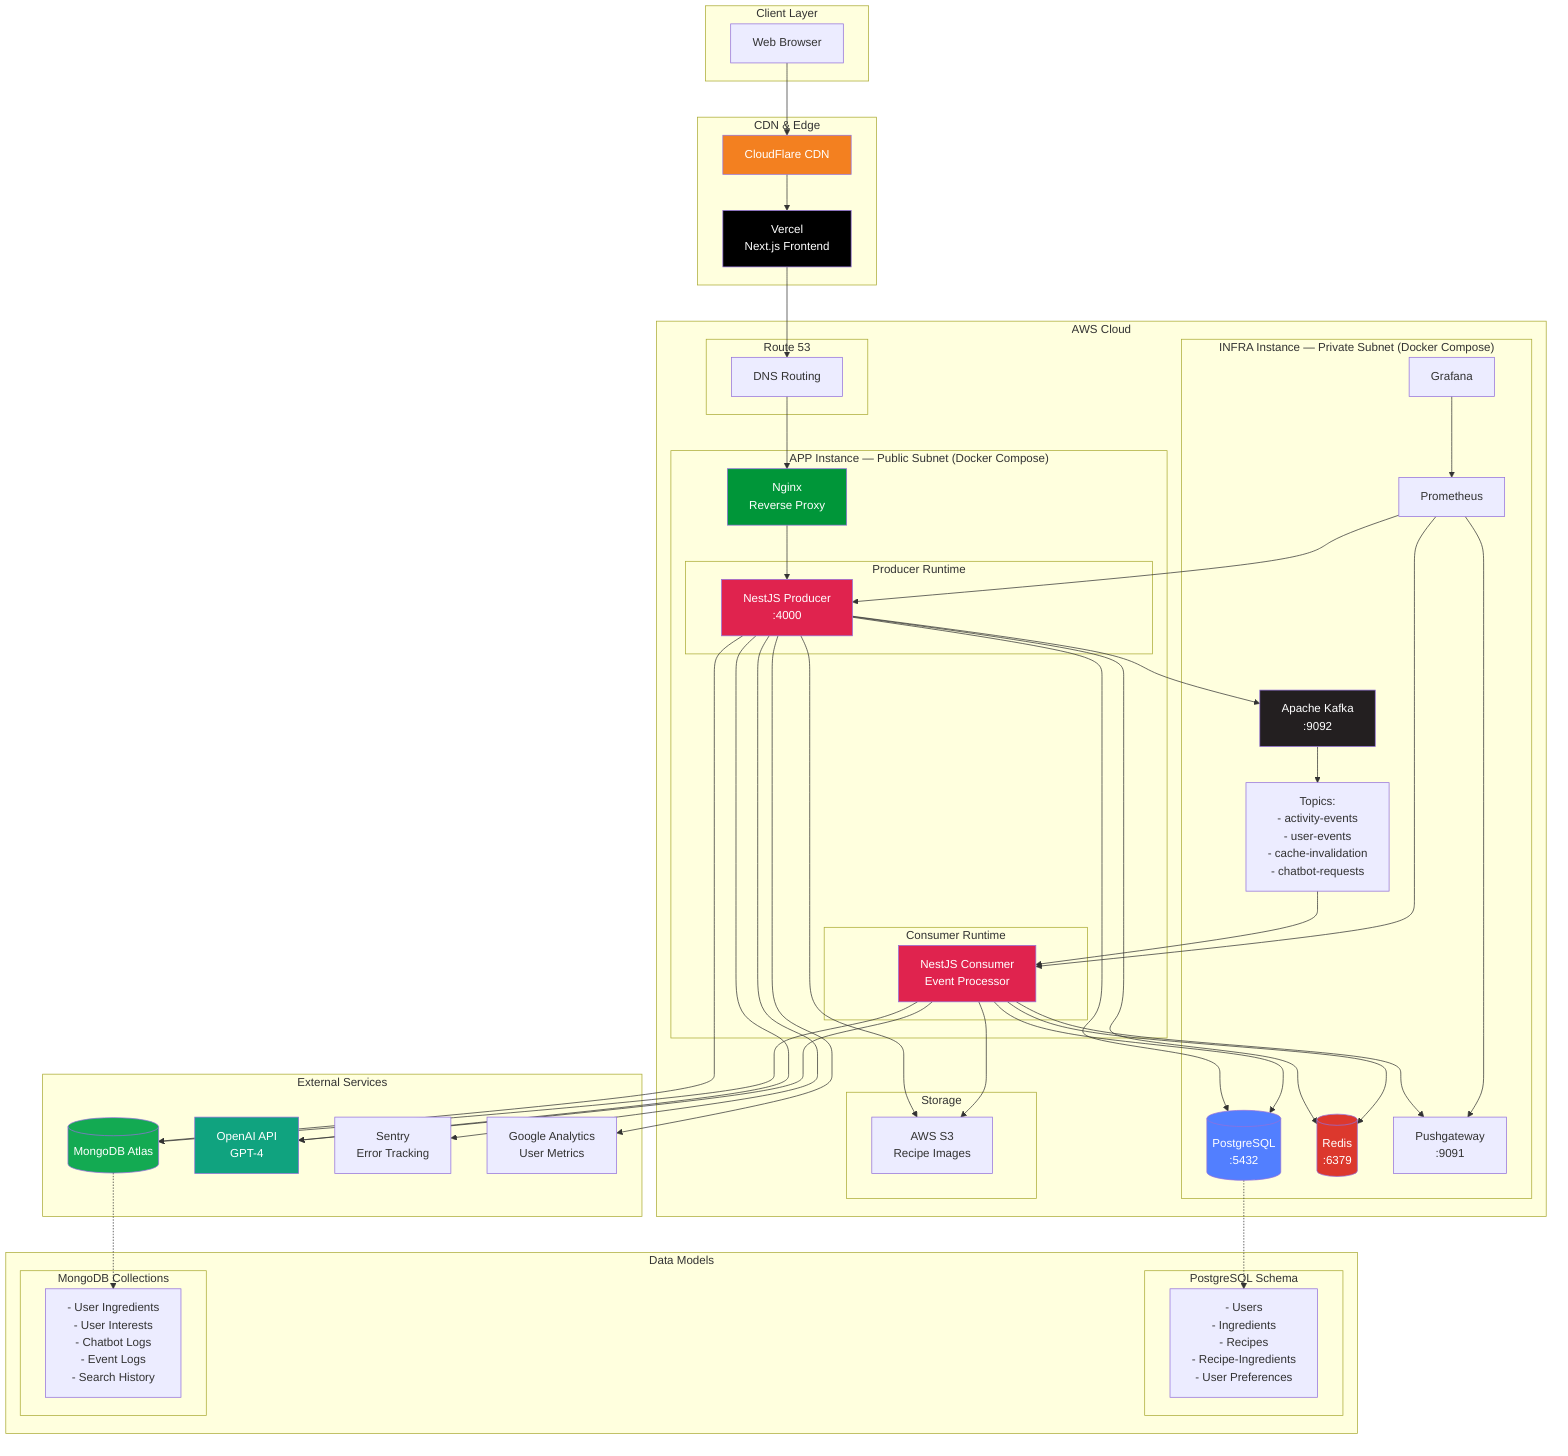
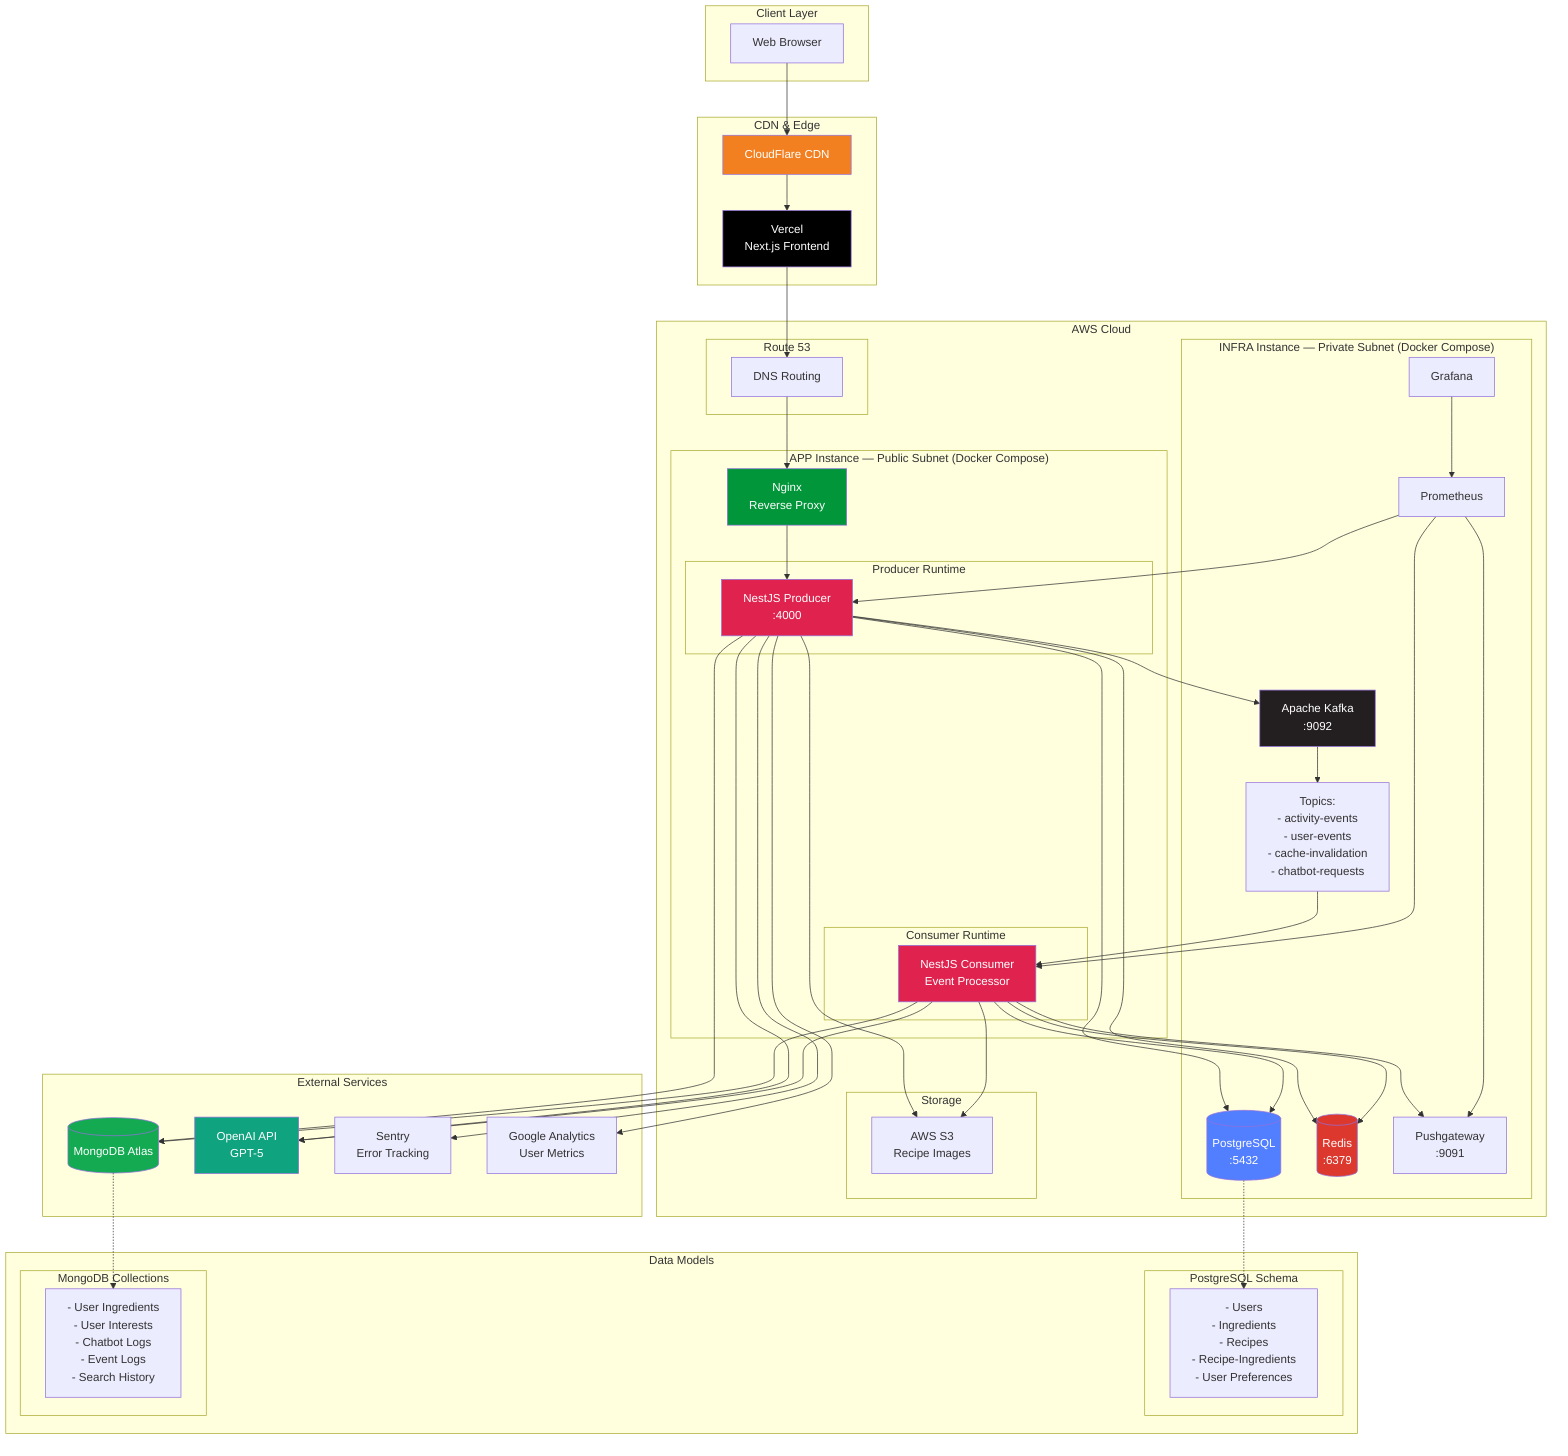
graph TB
    subgraph "Client Layer"
        WEB[Web Browser]
    end

    subgraph "CDN & Edge"
        CF[CloudFlare CDN]
        VERCEL[Vercel<br/>Next.js Frontend]
    end

    subgraph "AWS Cloud"
        subgraph "Route 53"
            R53[DNS Routing]
        end

        subgraph "APP Instance — Public Subnet (Docker Compose)"
            NGINX[Nginx<br/>Reverse Proxy]
            subgraph "Producer Runtime"
                API[NestJS Producer<br/>:4000]
            end
            subgraph "Consumer Runtime"
                CONSUMER[NestJS Consumer<br/>Event Processor]
            end
        end

        subgraph "INFRA Instance — Private Subnet (Docker Compose)"
            PG[(PostgreSQL<br/>:5432)]
            REDIS[(Redis<br/>:6379)]
            KAFKA[Apache Kafka<br/>:9092]
            TOPICS["Topics:<br/>- activity-events<br/>- user-events<br/>- cache-invalidation<br/>- chatbot-requests"]
            PROM[Prometheus]
            PGW[Pushgateway<br/>:9091]
            GRAFANA[Grafana]
        end

        subgraph "Storage"
            S3[AWS S3<br/>Recipe Images]
        end
    end

    subgraph "External Services"
        MONGO[(MongoDB Atlas)]
-         OPENAI[OpenAI API<br/>GPT-4]
+         OPENAI[OpenAI API<br/>GPT-5]
        SENTRY[Sentry<br/>Error Tracking]
        GA[Google Analytics<br/>User Metrics]
    end

    subgraph "Data Models"
        subgraph "PostgreSQL Schema"
            SQL_DATA["- Users<br/>- Ingredients<br/>- Recipes<br/>- Recipe-Ingredients<br/>- User Preferences"]
        end
        subgraph "MongoDB Collections"
            NOSQL_DATA["- User Ingredients<br/>- User Interests<br/>- Chatbot Logs<br/>- Event Logs<br/>- Search History"]
        end
    end

    %% Client Connections
    WEB --> CF
    CF --> VERCEL
    VERCEL --> R53
    R53 --> NGINX
    NGINX --> API

    %% API Connections
    API --> REDIS
    API --> PG
    API --> MONGO
    API --> KAFKA
    API --> S3
    API --> OPENAI
    API --> SENTRY
    API --> GA

    %% Kafka Flow
    KAFKA --> TOPICS
    TOPICS --> CONSUMER

    %% Consumer Connections
    CONSUMER --> REDIS
    CONSUMER --> PG
    CONSUMER --> MONGO
    CONSUMER --> OPENAI
    CONSUMER --> S3
    CONSUMER --> PGW

    %% Monitoring (Prometheus scrapes APP Instance metrics)
    PROM --> API
    PROM --> CONSUMER
    PROM --> PGW
    GRAFANA --> PROM

    %% Data Model References
    PG -.-> SQL_DATA
    MONGO -.-> NOSQL_DATA

    style VERCEL fill:#000000,color:#fff
    style API fill:#e0234e,color:#fff
    style CONSUMER fill:#e0234e,color:#fff
    style KAFKA fill:#231f20,color:#fff
    style REDIS fill:#dc382d,color:#fff
    style PG fill:#527fff,color:#fff
    style MONGO fill:#13aa52,color:#fff
    style OPENAI fill:#10a37f,color:#fff
    style CF fill:#f38020,color:#fff
    style NGINX fill:#009639,color:#fff
